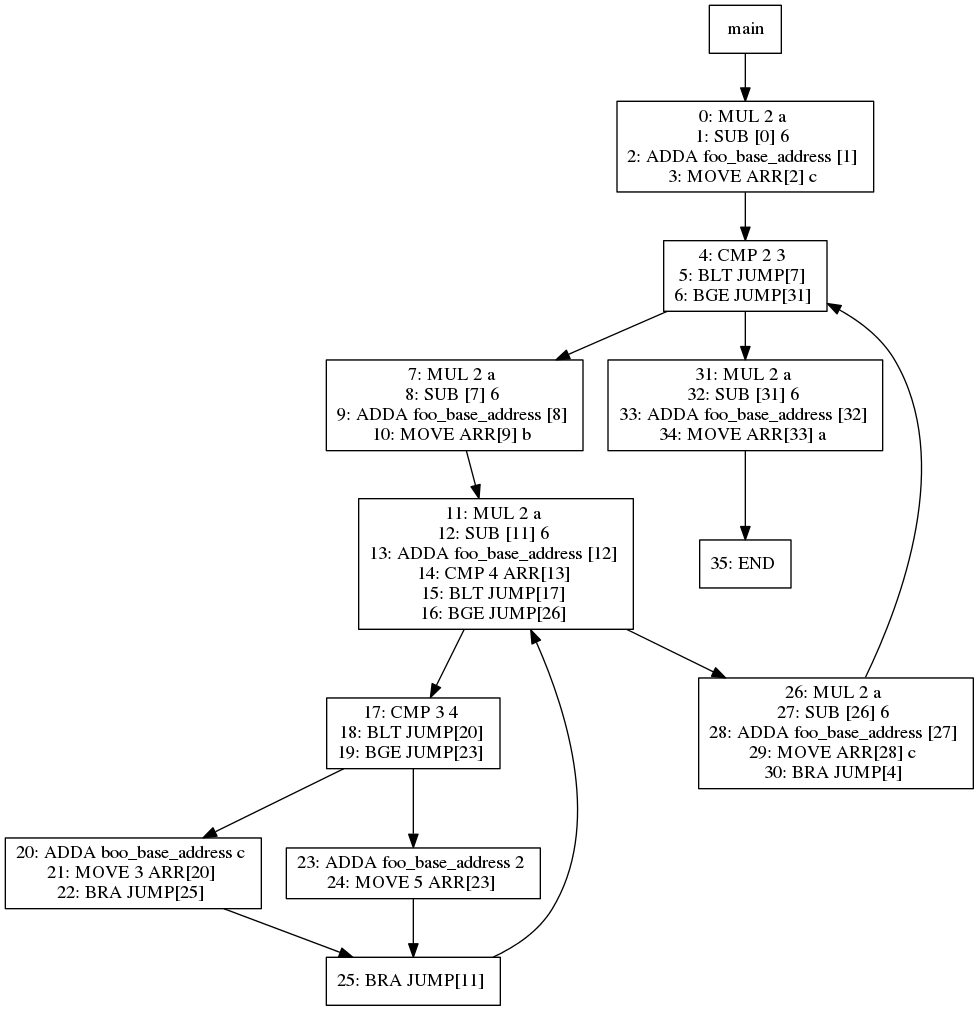
Above: viz/test027.dot.png in jiahanwang/PL241-Compiler (Graphviz), before the change. Its source is kept beside it as viz/test027.dot.
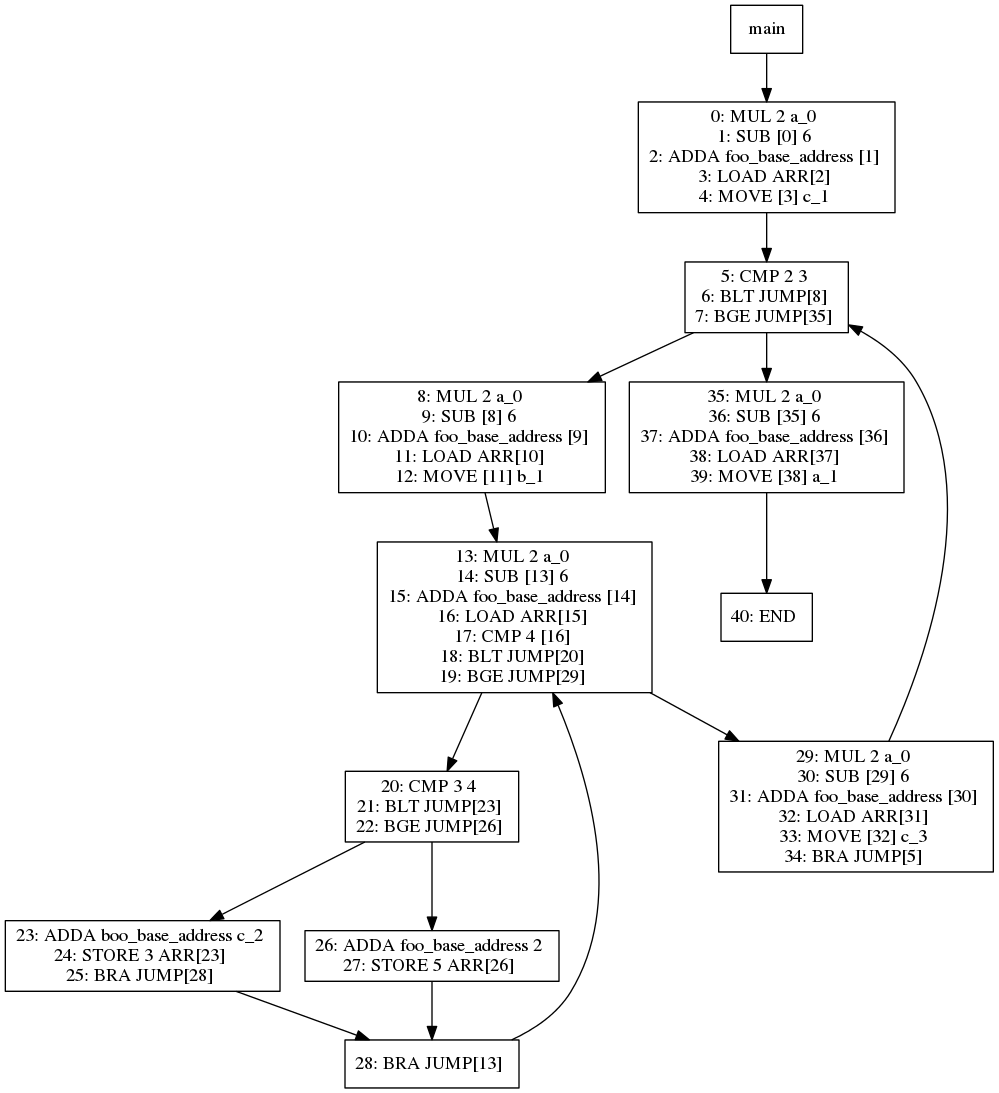
After the change.

Diff of the diagram source:
```diff
@@ -1,65 +1,70 @@
 digraph test027 {
 node [shape=box]
-492[label="main"]
-492 -> 495
-495[label="0: MUL 2 a
+1[label="main"]
+1 -> 4
+4[label="0: MUL 2 a_0
 1: SUB [0] 6
 2: ADDA foo_base_address [1]
-3: MOVE ARR[2] c
+3: LOAD ARR[2]
+4: MOVE [3] c_1
 "]
-495 -> 496
-496[label="4: CMP 2 3
-5: BLT JUMP[7]
-6: BGE JUMP[31]
+4 -> 5
+5[label="5: CMP 2 3
+6: BLT JUMP[8]
+7: BGE JUMP[35]
 "]
-496 -> 498
-498[label="7: MUL 2 a
-8: SUB [7] 6
-9: ADDA foo_base_address [8]
-10: MOVE ARR[9] b
+5 -> 7
+7[label="8: MUL 2 a_0
+9: SUB [8] 6
+10: ADDA foo_base_address [9]
+11: LOAD ARR[10]
+12: MOVE [11] b_1
 "]
-498 -> 499
-499[label="11: MUL 2 a
-12: SUB [11] 6
-13: ADDA foo_base_address [12]
-14: CMP 4 ARR[13]
-15: BLT JUMP[17]
-16: BGE JUMP[26]
+7 -> 8
+8[label="13: MUL 2 a_0
+14: SUB [13] 6
+15: ADDA foo_base_address [14]
+16: LOAD ARR[15]
+17: CMP 4 [16]
+18: BLT JUMP[20]
+19: BGE JUMP[29]
 "]
-499 -> 501
-501[label="17: CMP 3 4
-18: BLT JUMP[20]
-19: BGE JUMP[23]
+8 -> 10
+10[label="20: CMP 3 4
+21: BLT JUMP[23]
+22: BGE JUMP[26]
 "]
-501 -> 503
-503[label="20: ADDA boo_base_address c
-21: MOVE 3 ARR[20]
-22: BRA JUMP[25]
+10 -> 12
+12[label="23: ADDA boo_base_address c_2
+24: STORE 3 ARR[23]
+25: BRA JUMP[28]
 "]
-503 -> 502
-502[label="25: BRA JUMP[11]
+12 -> 11
+11[label="28: BRA JUMP[13]
 "]
-502 -> 499
-501 -> 504
-504[label="23: ADDA foo_base_address 2
-24: MOVE 5 ARR[23]
+11 -> 8
+10 -> 13
+13[label="26: ADDA foo_base_address 2
+27: STORE 5 ARR[26]
 "]
-504 -> 502
-499 -> 500
-500[label="26: MUL 2 a
-27: SUB [26] 6
-28: ADDA foo_base_address [27]
-29: MOVE ARR[28] c
-30: BRA JUMP[4]
+13 -> 11
+8 -> 9
+9[label="29: MUL 2 a_0
+30: SUB [29] 6
+31: ADDA foo_base_address [30]
+32: LOAD ARR[31]
+33: MOVE [32] c_3
+34: BRA JUMP[5]
 "]
-500 -> 496
-496 -> 497
-497[label="31: MUL 2 a
-32: SUB [31] 6
-33: ADDA foo_base_address [32]
-34: MOVE ARR[33] a
+9 -> 5
+5 -> 6
+6[label="35: MUL 2 a_0
+36: SUB [35] 6
+37: ADDA foo_base_address [36]
+38: LOAD ARR[37]
+39: MOVE [38] a_1
 "]
-497 -> 507
-507[label="35: END
+6 -> 16
+16[label="40: END
 "]
 }
```
